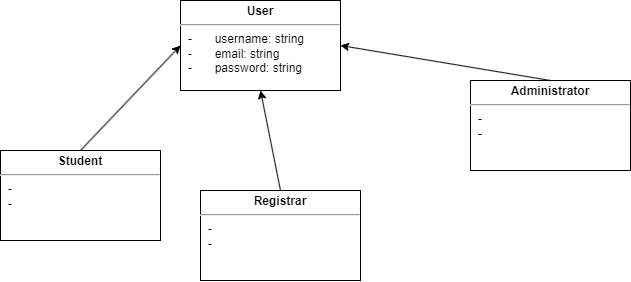
The draw.io diagram project/drawio/Alpha/classDomainModel.drawio.png in drshahizan/software-engineering, before a commit. Source tidied: cells renumbered, new cells last; positions are measured from the earlier drawing's top-left corner, leaving out a move shared by most shapes.
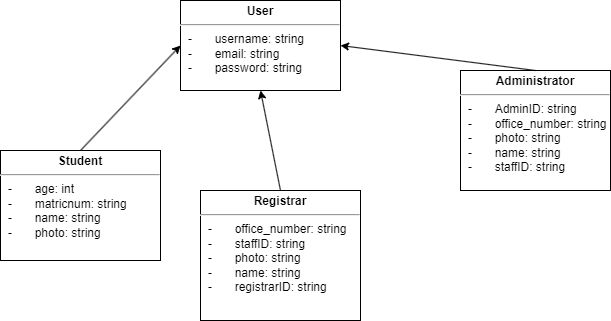
Above is the later version.

The edit, as a diff of the source:
```diff
@@ -2,8 +2,8 @@
   <root>
     <mxCell id="0" />
     <mxCell id="1" parent="0" />
-    <mxCell id="2" value="&lt;p style=&quot;margin: 4px 0px 0px; text-align: center;&quot;&gt;&lt;b style=&quot;&quot;&gt;Student&lt;/b&gt;&lt;/p&gt;&lt;hr&gt;&lt;p style=&quot;margin:0px;margin-left:8px;&quot;&gt;-&lt;span style=&quot;white-space: pre;&quot;&gt;&#9;&lt;/span&gt;&lt;/p&gt;&lt;p style=&quot;margin:0px;margin-left:8px;&quot;&gt;-&lt;span style=&quot;white-space: pre;&quot;&gt;&#9;&lt;/span&gt;&lt;/p&gt;" style="verticalAlign=top;align=left;overflow=fill;fontSize=12;fontFamily=Helvetica;html=1;whiteSpace=wrap;" parent="1" vertex="1">
-      <mxGeometry y="150" width="160" height="90" as="geometry" />
+    <mxCell id="2" value="&lt;p style=&quot;margin: 4px 0px 0px; text-align: center;&quot;&gt;&lt;b style=&quot;&quot;&gt;Student&lt;/b&gt;&lt;/p&gt;&lt;hr&gt;&lt;p style=&quot;margin:0px;margin-left:8px;&quot;&gt;-&lt;span style=&quot;white-space: pre;&quot;&gt;&#9;&lt;/span&gt;age: int&lt;/p&gt;&lt;p style=&quot;margin:0px;margin-left:8px;&quot;&gt;-&lt;span style=&quot;white-space: pre;&quot;&gt;&#9;&lt;/span&gt;matricnum: string&lt;/p&gt;&lt;p style=&quot;margin:0px;margin-left:8px;&quot;&gt;-&lt;span style=&quot;white-space: pre;&quot;&gt;&#9;&lt;/span&gt;name: string&lt;/p&gt;&lt;p style=&quot;margin:0px;margin-left:8px;&quot;&gt;-&lt;span style=&quot;white-space: pre;&quot;&gt;&#9;&lt;/span&gt;photo: string&lt;/p&gt;&lt;p style=&quot;margin:0px;margin-left:8px;&quot;&gt;&lt;br&gt;&lt;/p&gt;" style="verticalAlign=top;align=left;overflow=fill;fontSize=12;fontFamily=Helvetica;html=1;whiteSpace=wrap;" parent="1" vertex="1">
+      <mxGeometry y="150" width="160" height="110" as="geometry" />
     </mxCell>
     <mxCell id="3" style="rounded=0;jettySize=auto;html=1;entryX=0;entryY=0.5;entryDx=0;entryDy=0;exitX=0.5;exitY=0;exitDx=0;exitDy=0;" parent="1" edge="1" source="2" target="4">
       <mxGeometry relative="1" as="geometry" />
@@ -11,11 +11,11 @@
     <mxCell id="4" value="&lt;p style=&quot;margin: 4px 0px 0px; text-align: center;&quot;&gt;&lt;b style=&quot;&quot;&gt;User&lt;/b&gt;&lt;/p&gt;&lt;hr&gt;&lt;p style=&quot;margin:0px;margin-left:8px;&quot;&gt;-&lt;span style=&quot;white-space: pre;&quot;&gt;&#9;&lt;/span&gt;username: string&lt;/p&gt;&lt;p style=&quot;margin:0px;margin-left:8px;&quot;&gt;-&lt;span style=&quot;white-space: pre;&quot;&gt;&#9;&lt;/span&gt;email: string&lt;br&gt;-&lt;span style=&quot;white-space: pre;&quot;&gt;&#9;&lt;/span&gt;password: string&lt;/p&gt;&lt;p style=&quot;margin:0px;margin-left:8px;&quot;&gt;&lt;span style=&quot;white-space: pre;&quot;&gt;&#9;&lt;/span&gt;&lt;/p&gt;" style="verticalAlign=top;align=left;overflow=fill;fontSize=12;fontFamily=Helvetica;html=1;whiteSpace=wrap;" parent="1" vertex="1">
       <mxGeometry x="180" width="160" height="90" as="geometry" />
     </mxCell>
-    <mxCell id="5" value="&lt;p style=&quot;margin: 4px 0px 0px; text-align: center;&quot;&gt;&lt;b&gt;Administrator&lt;/b&gt;&lt;/p&gt;&lt;hr&gt;&lt;p style=&quot;margin:0px;margin-left:8px;&quot;&gt;-&lt;span style=&quot;white-space: pre;&quot;&gt;&#9;&lt;/span&gt;&lt;/p&gt;&lt;p style=&quot;margin:0px;margin-left:8px;&quot;&gt;-&lt;span style=&quot;white-space: pre;&quot;&gt;&#9;&lt;/span&gt;&lt;/p&gt;" style="verticalAlign=top;align=left;overflow=fill;fontSize=12;fontFamily=Helvetica;html=1;whiteSpace=wrap;" parent="1" vertex="1">
-      <mxGeometry x="470" y="80" width="160" height="90" as="geometry" />
+    <mxCell id="5" value="&lt;p style=&quot;margin: 4px 0px 0px; text-align: center;&quot;&gt;&lt;b&gt;Administrator&lt;/b&gt;&lt;/p&gt;&lt;hr&gt;&lt;p style=&quot;margin:0px;margin-left:8px;&quot;&gt;&lt;span style=&quot;background-color: initial;&quot;&gt;-&lt;span style=&quot;white-space: pre;&quot;&gt;&#9;&lt;/span&gt;&lt;/span&gt;&lt;span style=&quot;background-color: initial; border-color: var(--border-color);&quot;&gt;&lt;span style=&quot;&quot;&gt;AdminID&lt;/span&gt;&lt;/span&gt;&lt;span style=&quot;background-color: initial;&quot;&gt;: string&lt;/span&gt;&lt;br&gt;-&lt;span style=&quot;white-space: pre;&quot;&gt;&#9;&lt;/span&gt;&lt;span style=&quot;background-color: initial;&quot;&gt;office_number: string&lt;/span&gt;&lt;/p&gt;&lt;p style=&quot;margin:0px;margin-left:8px;&quot;&gt;-&lt;span style=&quot;white-space: pre;&quot;&gt;&#9;&lt;/span&gt;photo: string&lt;/p&gt;&lt;p style=&quot;margin:0px;margin-left:8px;&quot;&gt;-&lt;span style=&quot;white-space: pre;&quot;&gt;&#9;&lt;/span&gt;name: string&lt;/p&gt;&lt;p style=&quot;margin:0px;margin-left:8px;&quot;&gt;-&lt;span style=&quot;white-space: pre;&quot;&gt;&#9;&lt;/span&gt;staffID: string&lt;/p&gt;" style="verticalAlign=top;align=left;overflow=fill;fontSize=12;fontFamily=Helvetica;html=1;whiteSpace=wrap;" parent="1" vertex="1">
+      <mxGeometry x="460" y="70" width="150" height="120" as="geometry" />
     </mxCell>
-    <mxCell id="6" value="&lt;p style=&quot;margin: 4px 0px 0px; text-align: center;&quot;&gt;&lt;b&gt;Registrar&lt;/b&gt;&lt;/p&gt;&lt;hr&gt;&lt;p style=&quot;margin:0px;margin-left:8px;&quot;&gt;-&lt;span style=&quot;white-space: pre;&quot;&gt;&#9;&lt;/span&gt;&lt;/p&gt;&lt;p style=&quot;margin:0px;margin-left:8px;&quot;&gt;-&lt;span style=&quot;white-space: pre;&quot;&gt;&#9;&lt;/span&gt;&lt;/p&gt;" style="verticalAlign=top;align=left;overflow=fill;fontSize=12;fontFamily=Helvetica;html=1;whiteSpace=wrap;" parent="1" vertex="1">
-      <mxGeometry x="200" y="190" width="160" height="90" as="geometry" />
+    <mxCell id="6" value="&lt;p style=&quot;margin: 4px 0px 0px; text-align: center;&quot;&gt;&lt;b&gt;Registrar&lt;/b&gt;&lt;/p&gt;&lt;hr&gt;&lt;p style=&quot;margin:0px;margin-left:8px;&quot;&gt;-&lt;span style=&quot;white-space: pre;&quot;&gt;&#9;&lt;/span&gt;office_number: string&lt;/p&gt;&lt;p style=&quot;margin:0px;margin-left:8px;&quot;&gt;-&lt;span style=&quot;white-space: pre;&quot;&gt;&#9;&lt;/span&gt;staffID: string&lt;/p&gt;&lt;p style=&quot;margin:0px;margin-left:8px;&quot;&gt;-&lt;span style=&quot;white-space: pre;&quot;&gt;&#9;&lt;/span&gt;photo: string&lt;/p&gt;&lt;p style=&quot;margin:0px;margin-left:8px;&quot;&gt;-&lt;span style=&quot;white-space: pre;&quot;&gt;&#9;&lt;/span&gt;name: string&lt;/p&gt;&lt;p style=&quot;margin:0px;margin-left:8px;&quot;&gt;-&lt;span style=&quot;white-space: pre;&quot;&gt;&#9;&lt;/span&gt;registrarID: string&lt;span style=&quot;white-space: pre;&quot;&gt;&#9;&lt;/span&gt;&lt;/p&gt;" style="verticalAlign=top;align=left;overflow=fill;fontSize=12;fontFamily=Helvetica;html=1;whiteSpace=wrap;" parent="1" vertex="1">
+      <mxGeometry x="200" y="190" width="160" height="130" as="geometry" />
     </mxCell>
     <mxCell id="7" style="rounded=0;jettySize=auto;html=1;entryX=1;entryY=0.5;entryDx=0;entryDy=0;exitX=0.5;exitY=0;exitDx=0;exitDy=0;" parent="1" edge="1" source="5" target="4">
       <mxGeometry relative="1" as="geometry" />
```
